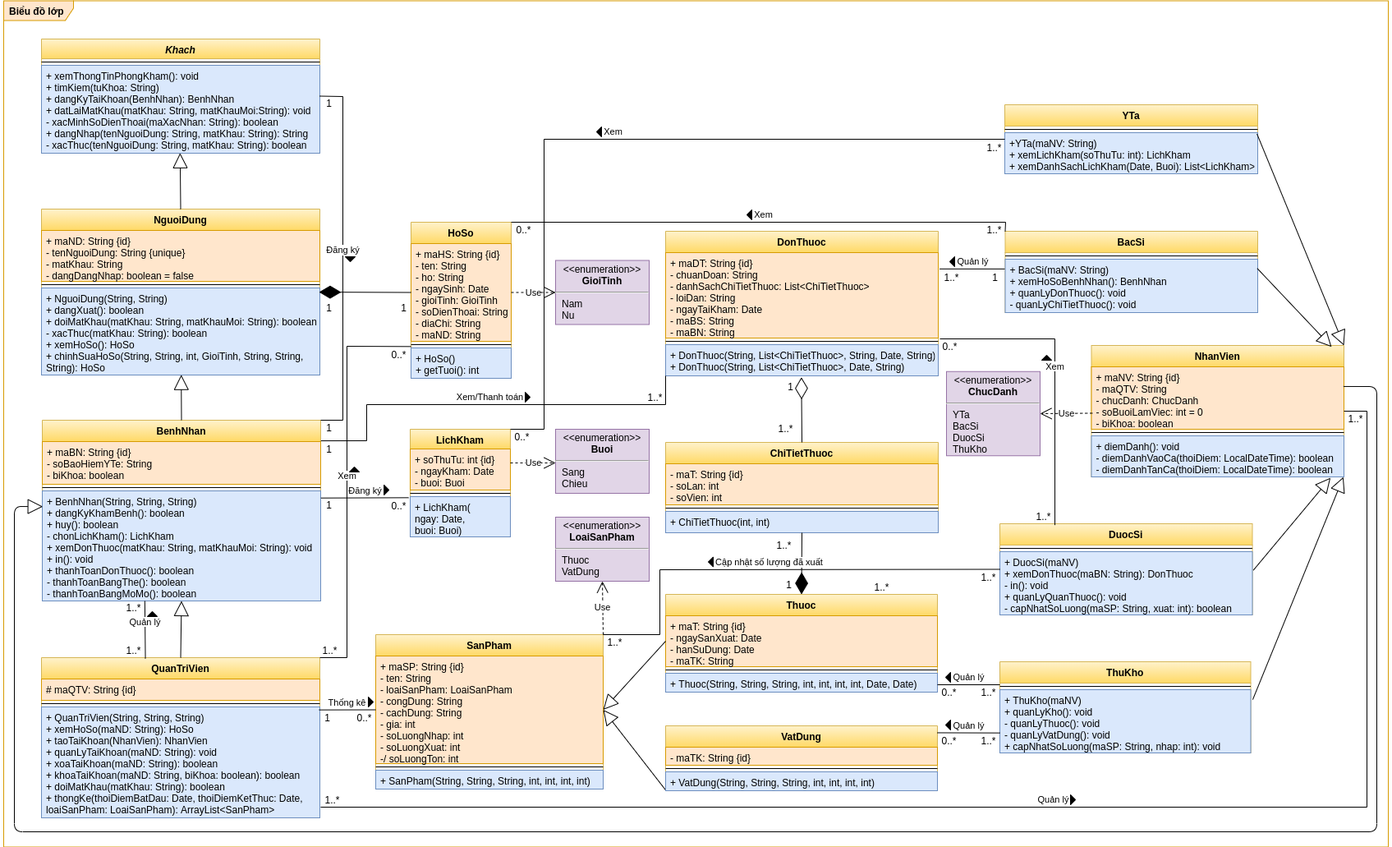
luclegen/medicine16 keeps this draw.io diagram as images/Class Diagram.png. Above is the earlier version. Source tidied: cells renumbered, new cells last; positions are measured from the earlier drawing's top-left corner, leaving out a move shared by most shapes.
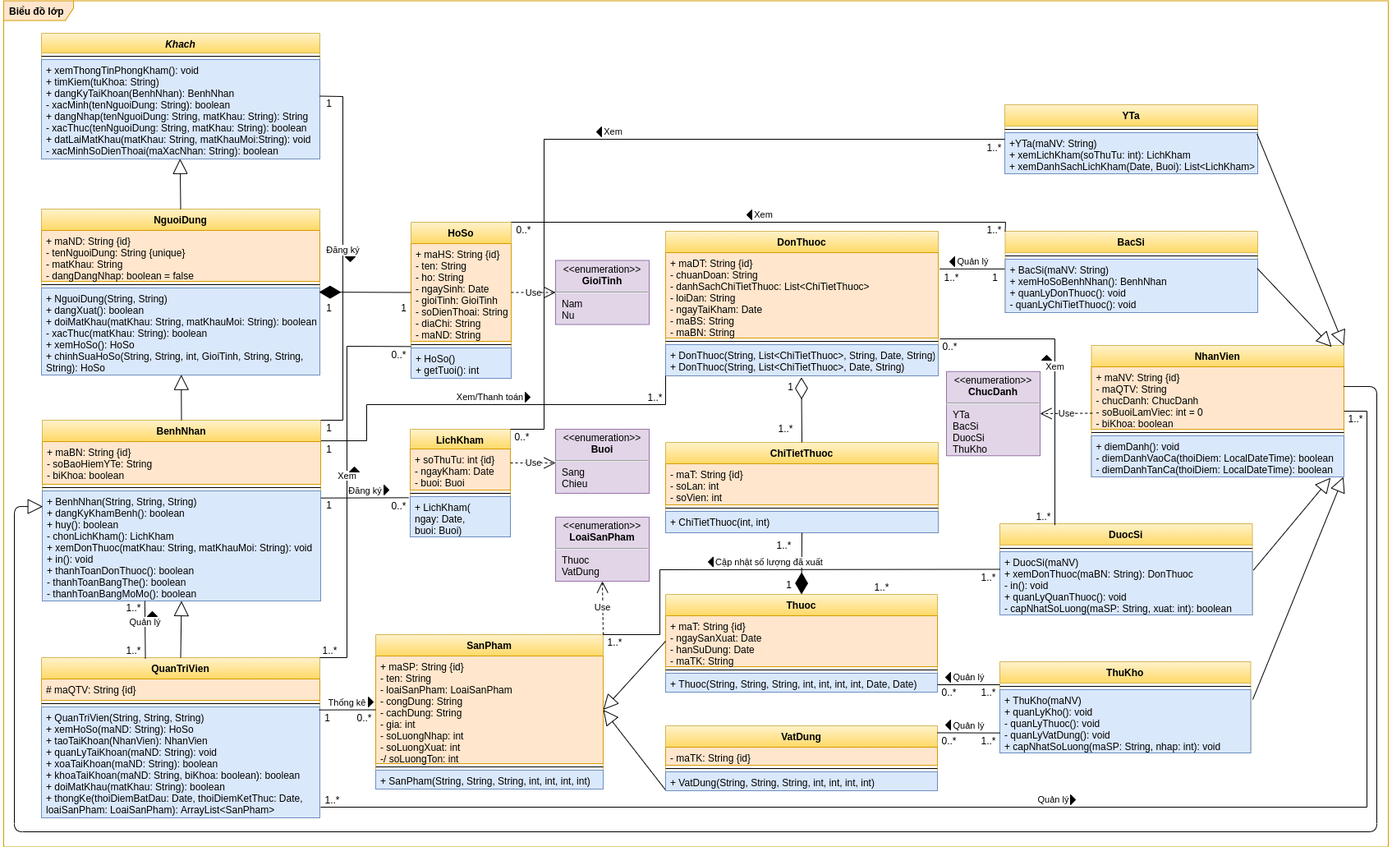
The same file after the commit.

Commit message:
Update Class Diagram

Change to the diagram source:
```diff
@@ -6,13 +6,13 @@
       <mxGeometry y="0.5" width="1686" height="1030" as="geometry" />
     </mxCell>
     <mxCell id="3" value="Khach" style="swimlane;fontStyle=3;align=center;verticalAlign=top;horizontal=1;startSize=24;fillColor=#fff2cc;strokeColor=#d6b656;gradientColor=#ffd966;" parent="1" vertex="1">
-      <mxGeometry x="46" y="47" width="339" height="139" as="geometry" />
+      <mxGeometry x="46" y="40" width="339" height="153" as="geometry" />
     </mxCell>
     <mxCell id="4" style="line;strokeWidth=1;fillColor=none;align=left;verticalAlign=middle;spacingTop=-1;spacingLeft=3;spacingRight=3;labelPosition=right;" parent="3" vertex="1">
       <mxGeometry y="24" width="339" height="8" as="geometry" />
     </mxCell>
-    <mxCell id="5" value="+ xemThongTinPhongKham(): void&#10;+ timKiem(tuKhoa: String)&#10;+ dangKyTaiKhoan(BenhNhan): BenhNhan&#10;+ datLaiMatKhau(matKhau: String, matKhauMoi:String): void&#10;- xacMinhSoDienThoai(maXacNhan: String): boolean&#10;+ dangNhap(tenNguoiDung: String, matKhau: String): String&#10;- xacThuc(tenNguoiDung: String, matKhau: String): boolean" style="text;strokeColor=#6c8ebf;fillColor=#dae8fc;align=left;verticalAlign=top;spacingLeft=4;spacingRight=4;overflow=hidden;points=[[0,0.5],[1,0.5]];portConstraint=eastwest;fontStyle=0;" parent="3" vertex="1">
-      <mxGeometry y="32" width="339" height="107" as="geometry" />
+    <mxCell id="5" value="+ xemThongTinPhongKham(): void&#10;+ timKiem(tuKhoa: String)&#10;+ dangKyTaiKhoan(BenhNhan): BenhNhan&#10;- xacMinh(tenNguoiDung: String): boolean&#10;+ dangNhap(tenNguoiDung: String, matKhau: String): String&#10;- xacThuc(tenNguoiDung: String, matKhau: String): boolean&#10;+ datLaiMatKhau(matKhau: String, matKhauMoi:String): void&#10;- xacMinhSoDienThoai(maXacNhan: String): boolean" style="text;strokeColor=#6c8ebf;fillColor=#dae8fc;align=left;verticalAlign=top;spacingLeft=4;spacingRight=4;overflow=hidden;points=[[0,0.5],[1,0.5]];portConstraint=eastwest;fontStyle=0;" parent="3" vertex="1">
+      <mxGeometry y="32" width="339" height="121" as="geometry" />
     </mxCell>
     <mxCell id="6" value="NguoiDung" style="swimlane;fontStyle=1;align=center;verticalAlign=top;horizontal=1;startSize=26;fillColor=#fff2cc;strokeColor=#d6b656;gradientColor=#ffd966;" parent="1" vertex="1">
       <mxGeometry x="46" y="254" width="339" height="202" as="geometry" />
```
